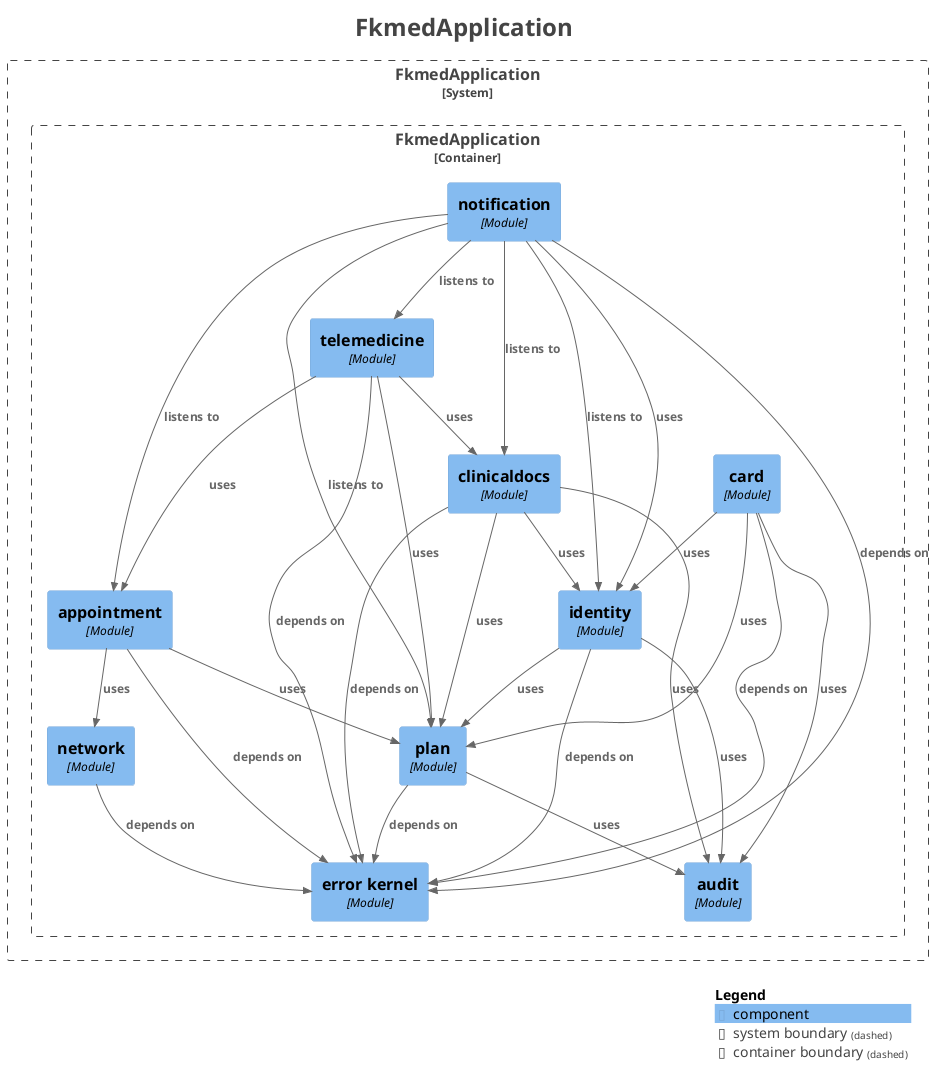
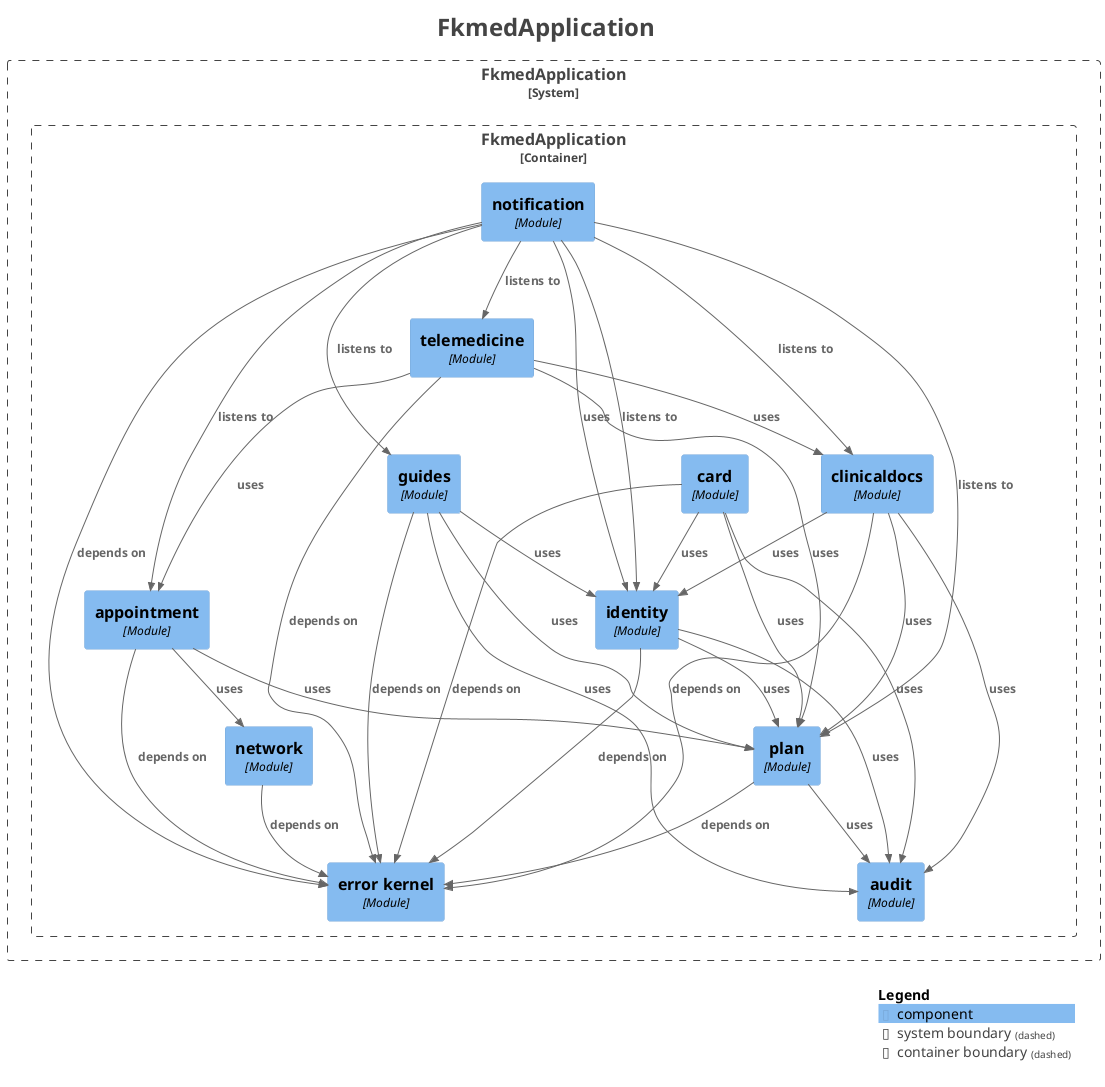
@startuml
title <size:24>FkmedApplication</size>

set separator none
top to bottom direction

<style>
  root {
    BackgroundColor: #ffffff
    FontColor: #444444
  }
</style>

!include <C4/C4>
!include <C4/C4_Context>
!include <C4/C4_Component>

System_Boundary("FkmedApplication_boundary", "FkmedApplication", $tags="") {
  Container_Boundary("FkmedApplication.FkmedApplication_boundary", "FkmedApplication", $tags="") {
    Component(FkmedApplication.FkmedApplication.card, "card", $techn="Module", $descr="", $tags="", $link="")
    Component(FkmedApplication.FkmedApplication.clinicaldocs, "clinicaldocs", $techn="Module", $descr="", $tags="", $link="")
+     Component(FkmedApplication.FkmedApplication.guides, "guides", $techn="Module", $descr="", $tags="", $link="")
    Component(FkmedApplication.FkmedApplication.telemedicine, "telemedicine", $techn="Module", $descr="", $tags="", $link="")
    Component(FkmedApplication.FkmedApplication.notification, "notification", $techn="Module", $descr="", $tags="", $link="")
    Component(FkmedApplication.FkmedApplication.audit, "audit", $techn="Module", $descr="", $tags="", $link="")
    Component(FkmedApplication.FkmedApplication.errorkernel, "error kernel", $techn="Module", $descr="", $tags="", $link="")
    Component(FkmedApplication.FkmedApplication.network, "network", $techn="Module", $descr="", $tags="", $link="")
    Component(FkmedApplication.FkmedApplication.plan, "plan", $techn="Module", $descr="", $tags="", $link="")
    Component(FkmedApplication.FkmedApplication.appointment, "appointment", $techn="Module", $descr="", $tags="", $link="")
    Component(FkmedApplication.FkmedApplication.identity, "identity", $techn="Module", $descr="", $tags="", $link="")
  }

}

Rel(FkmedApplication.FkmedApplication.appointment, FkmedApplication.FkmedApplication.errorkernel, "depends on", $techn="", $tags="", $link="")
Rel(FkmedApplication.FkmedApplication.appointment, FkmedApplication.FkmedApplication.network, "uses", $techn="", $tags="", $link="")
Rel(FkmedApplication.FkmedApplication.appointment, FkmedApplication.FkmedApplication.plan, "uses", $techn="", $tags="", $link="")
Rel(FkmedApplication.FkmedApplication.card, FkmedApplication.FkmedApplication.audit, "uses", $techn="", $tags="", $link="")
Rel(FkmedApplication.FkmedApplication.card, FkmedApplication.FkmedApplication.errorkernel, "depends on", $techn="", $tags="", $link="")
Rel(FkmedApplication.FkmedApplication.card, FkmedApplication.FkmedApplication.identity, "uses", $techn="", $tags="", $link="")
Rel(FkmedApplication.FkmedApplication.card, FkmedApplication.FkmedApplication.plan, "uses", $techn="", $tags="", $link="")
Rel(FkmedApplication.FkmedApplication.clinicaldocs, FkmedApplication.FkmedApplication.audit, "uses", $techn="", $tags="", $link="")
Rel(FkmedApplication.FkmedApplication.clinicaldocs, FkmedApplication.FkmedApplication.errorkernel, "depends on", $techn="", $tags="", $link="")
Rel(FkmedApplication.FkmedApplication.clinicaldocs, FkmedApplication.FkmedApplication.identity, "uses", $techn="", $tags="", $link="")
Rel(FkmedApplication.FkmedApplication.clinicaldocs, FkmedApplication.FkmedApplication.plan, "uses", $techn="", $tags="", $link="")
+ Rel(FkmedApplication.FkmedApplication.guides, FkmedApplication.FkmedApplication.audit, "uses", $techn="", $tags="", $link="")
+ Rel(FkmedApplication.FkmedApplication.guides, FkmedApplication.FkmedApplication.errorkernel, "depends on", $techn="", $tags="", $link="")
+ Rel(FkmedApplication.FkmedApplication.guides, FkmedApplication.FkmedApplication.identity, "uses", $techn="", $tags="", $link="")
+ Rel(FkmedApplication.FkmedApplication.guides, FkmedApplication.FkmedApplication.plan, "uses", $techn="", $tags="", $link="")
Rel(FkmedApplication.FkmedApplication.identity, FkmedApplication.FkmedApplication.audit, "uses", $techn="", $tags="", $link="")
Rel(FkmedApplication.FkmedApplication.identity, FkmedApplication.FkmedApplication.errorkernel, "depends on", $techn="", $tags="", $link="")
Rel(FkmedApplication.FkmedApplication.identity, FkmedApplication.FkmedApplication.plan, "uses", $techn="", $tags="", $link="")
Rel(FkmedApplication.FkmedApplication.network, FkmedApplication.FkmedApplication.errorkernel, "depends on", $techn="", $tags="", $link="")
Rel(FkmedApplication.FkmedApplication.notification, FkmedApplication.FkmedApplication.appointment, "listens to", $techn="", $tags="", $link="")
Rel(FkmedApplication.FkmedApplication.notification, FkmedApplication.FkmedApplication.clinicaldocs, "listens to", $techn="", $tags="", $link="")
Rel(FkmedApplication.FkmedApplication.notification, FkmedApplication.FkmedApplication.errorkernel, "depends on", $techn="", $tags="", $link="")
+ Rel(FkmedApplication.FkmedApplication.notification, FkmedApplication.FkmedApplication.guides, "listens to", $techn="", $tags="", $link="")
Rel(FkmedApplication.FkmedApplication.notification, FkmedApplication.FkmedApplication.identity, "listens to", $techn="", $tags="", $link="")
Rel(FkmedApplication.FkmedApplication.notification, FkmedApplication.FkmedApplication.identity, "uses", $techn="", $tags="", $link="")
Rel(FkmedApplication.FkmedApplication.notification, FkmedApplication.FkmedApplication.plan, "listens to", $techn="", $tags="", $link="")
Rel(FkmedApplication.FkmedApplication.notification, FkmedApplication.FkmedApplication.telemedicine, "listens to", $techn="", $tags="", $link="")
Rel(FkmedApplication.FkmedApplication.plan, FkmedApplication.FkmedApplication.audit, "uses", $techn="", $tags="", $link="")
Rel(FkmedApplication.FkmedApplication.plan, FkmedApplication.FkmedApplication.errorkernel, "depends on", $techn="", $tags="", $link="")
Rel(FkmedApplication.FkmedApplication.telemedicine, FkmedApplication.FkmedApplication.appointment, "uses", $techn="", $tags="", $link="")
Rel(FkmedApplication.FkmedApplication.telemedicine, FkmedApplication.FkmedApplication.clinicaldocs, "uses", $techn="", $tags="", $link="")
Rel(FkmedApplication.FkmedApplication.telemedicine, FkmedApplication.FkmedApplication.errorkernel, "depends on", $techn="", $tags="", $link="")
Rel(FkmedApplication.FkmedApplication.telemedicine, FkmedApplication.FkmedApplication.plan, "uses", $techn="", $tags="", $link="")

SHOW_LEGEND(true)
hide stereotypes
@enduml